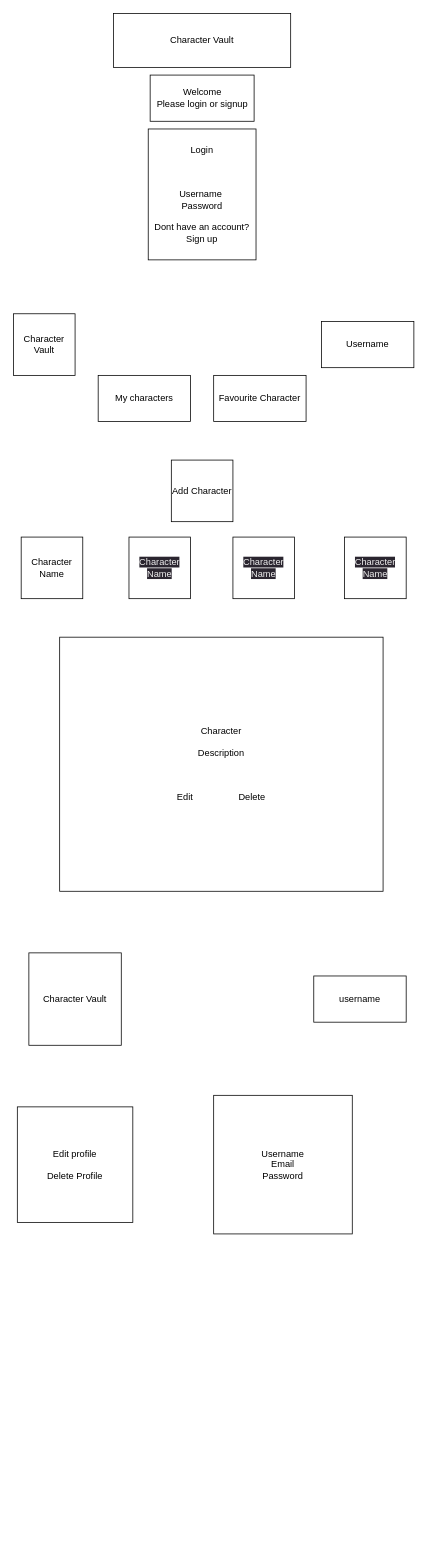
Before: layout.drawio in lyssandraa/Character-library-plan, a draw.io diagram. Source tidied: cells renumbered, new cells numbered last; positions are measured from the earlier drawing's top-left corner, leaving out a move shared by most shapes. Both pictures are drawn from the tidied source at 77%, with x=0, y=0 at pixel (13, 13).
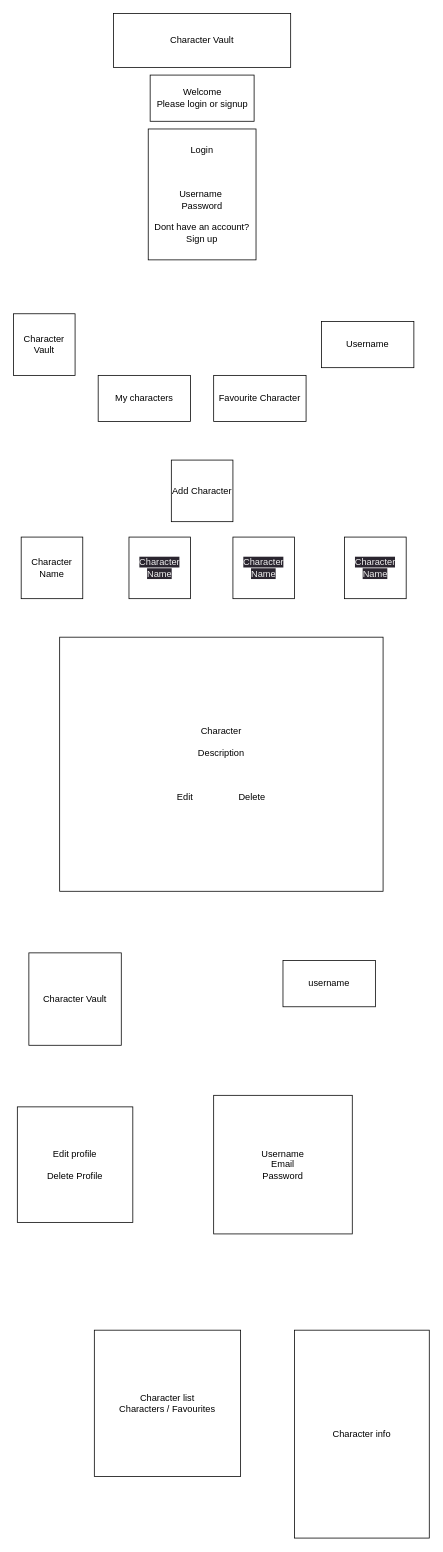
The same diagram, later.

The edit, as a diff of the source:
```diff
@@
     <mxCell id="16" value="username" style="rounded=0;whiteSpace=wrap;html=1;" parent="1" vertex="1">
-      <mxGeometry x="390" y="1250" width="120" height="60" as="geometry" />
+      <mxGeometry x="350" y="1230" width="120" height="60" as="geometry" />
     </mxCell>
@@
+    <mxCell id="19" value="Character list&lt;br&gt;Characters / Favourites" style="whiteSpace=wrap;html=1;" parent="1" vertex="1">
+      <mxGeometry x="105" y="1710" width="190" height="190" as="geometry" />
+    </mxCell>
+    <mxCell id="20" value="Character info" style="rounded=0;whiteSpace=wrap;html=1;" parent="1" vertex="1">
+      <mxGeometry x="365" y="1710" width="175" height="270" as="geometry" />
+    </mxCell>
```
